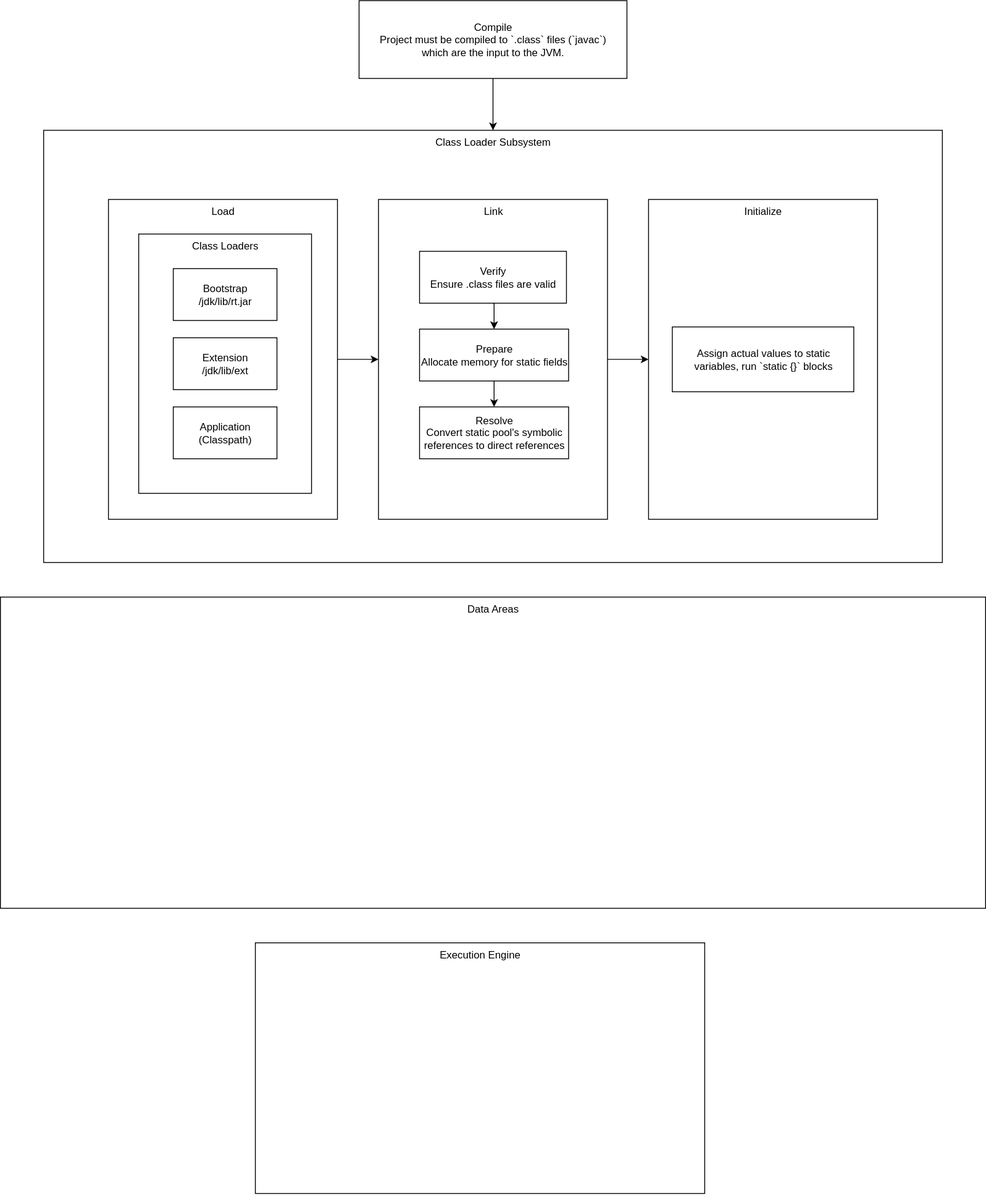
Earlier version of the draw.io export jvm-architecture.drawio.svg (nick-esqueda/draw.io-diagrams). Source tidied: cells renumbered, new cells last; positions are measured from the earlier drawing's top-left corner, leaving out a move shared by most shapes.
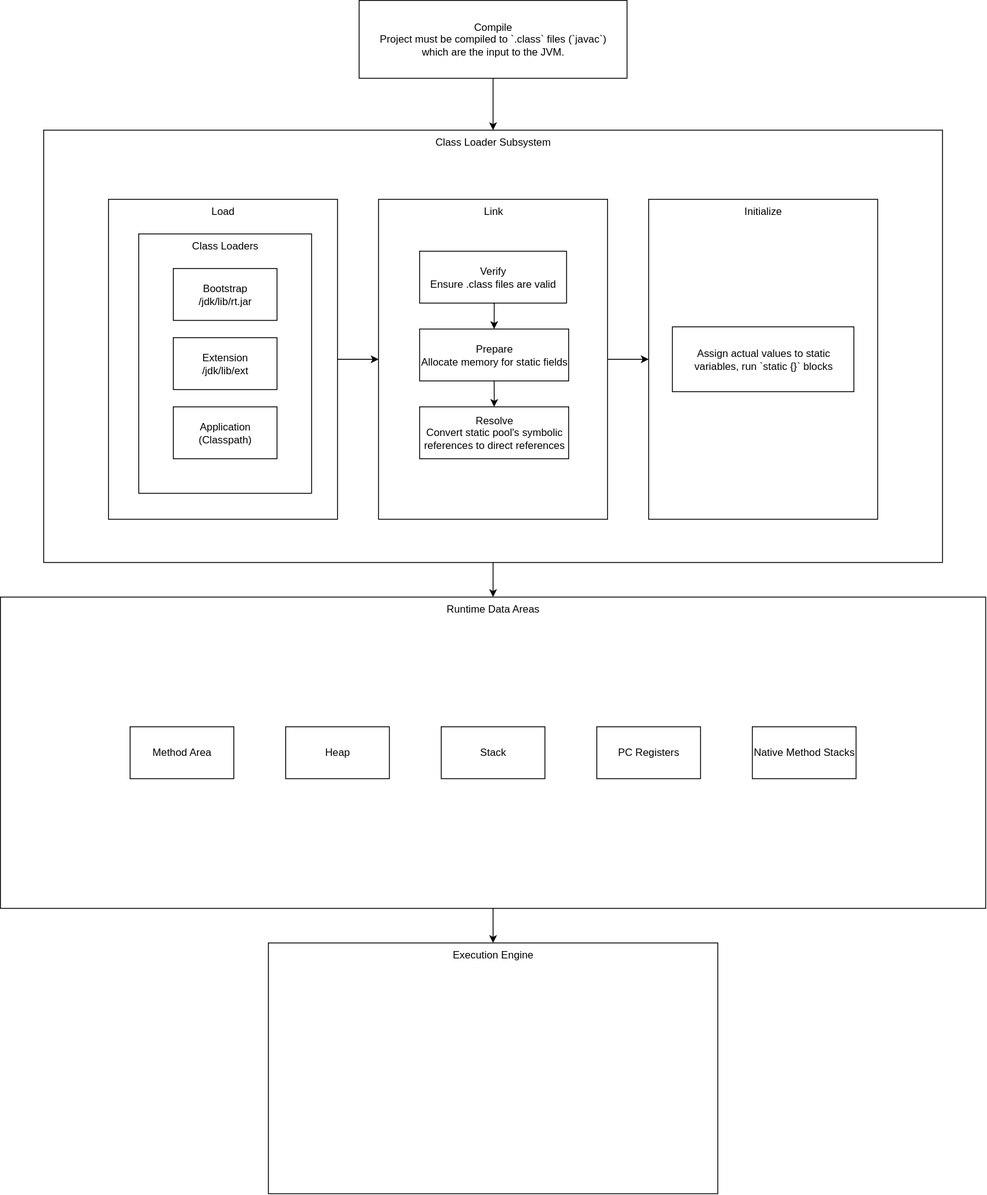
The same file after the commit.

Diff of the diagram source:
```diff
@@ -2,14 +2,20 @@
   <root>
     <mxCell id="0" />
     <mxCell id="1" parent="0" />
+    <mxCell id="26" style="edgeStyle=orthogonalEdgeStyle;rounded=0;jettySize=auto;html=1;exitX=0.5;exitY=1;exitDx=0;exitDy=0;entryX=0.5;entryY=0;entryDx=0;entryDy=0;" parent="1" edge="1" source="2" target="3">
+      <mxGeometry relative="1" as="geometry" />
+    </mxCell>
     <mxCell id="2" value="Class Loader Subsystem" style="whiteSpace=wrap;html=1;verticalAlign=top;" parent="1" vertex="1">
       <mxGeometry x="50" y="150" width="1040" height="500" as="geometry" />
     </mxCell>
+    <mxCell id="27" style="edgeStyle=orthogonalEdgeStyle;rounded=0;jettySize=auto;html=1;exitX=0.5;exitY=1;exitDx=0;exitDy=0;entryX=0.5;entryY=0;entryDx=0;entryDy=0;" parent="1" edge="1" source="3" target="4">
+      <mxGeometry relative="1" as="geometry" />
+    </mxCell>
-    <mxCell id="3" value="Data Areas" style="whiteSpace=wrap;html=1;verticalAlign=top;" parent="1" vertex="1">
+    <mxCell id="3" value="Runtime Data Areas" style="whiteSpace=wrap;html=1;verticalAlign=top;" parent="1" vertex="1">
       <mxGeometry y="690" width="1140" height="360" as="geometry" />
     </mxCell>
     <mxCell id="4" value="Execution Engine" style="whiteSpace=wrap;html=1;verticalAlign=top;" parent="1" vertex="1">
-      <mxGeometry x="295" y="1090" width="520" height="290" as="geometry" />
+      <mxGeometry x="310" y="1090" width="520" height="290" as="geometry" />
     </mxCell>
     <mxCell id="5" style="group;" parent="1" vertex="1">
       <mxGeometry x="110" y="230" width="300" height="370" as="geometry" />
@@ -74,5 +80,20 @@
     <mxCell id="25" style="edgeStyle=orthogonalEdgeStyle;rounded=0;jettySize=auto;html=1;exitX=1;exitY=0.5;exitDx=0;exitDy=0;entryX=0;entryY=0.5;entryDx=0;entryDy=0;" parent="1" edge="1" source="15" target="22">
       <mxGeometry relative="1" as="geometry" />
     </mxCell>
+    <mxCell id="28" value="Heap" style="whiteSpace=wrap;html=1;" parent="1" vertex="1">
+      <mxGeometry x="330" y="840" width="120" height="60" as="geometry" />
+    </mxCell>
+    <mxCell id="29" value="Stack" style="whiteSpace=wrap;html=1;" parent="1" vertex="1">
+      <mxGeometry x="510" y="840" width="120" height="60" as="geometry" />
+    </mxCell>
+    <mxCell id="30" value="PC Registers" style="whiteSpace=wrap;html=1;" parent="1" vertex="1">
+      <mxGeometry x="690" y="840" width="120" height="60" as="geometry" />
+    </mxCell>
+    <mxCell id="31" value="Method Area" style="whiteSpace=wrap;html=1;" parent="1" vertex="1">
+      <mxGeometry x="150" y="840" width="120" height="60" as="geometry" />
+    </mxCell>
+    <mxCell id="32" value="Native Method Stacks" style="whiteSpace=wrap;html=1;" parent="1" vertex="1">
+      <mxGeometry x="870" y="840" width="120" height="60" as="geometry" />
+    </mxCell>
   </root>
 </mxGraphModel>
```
